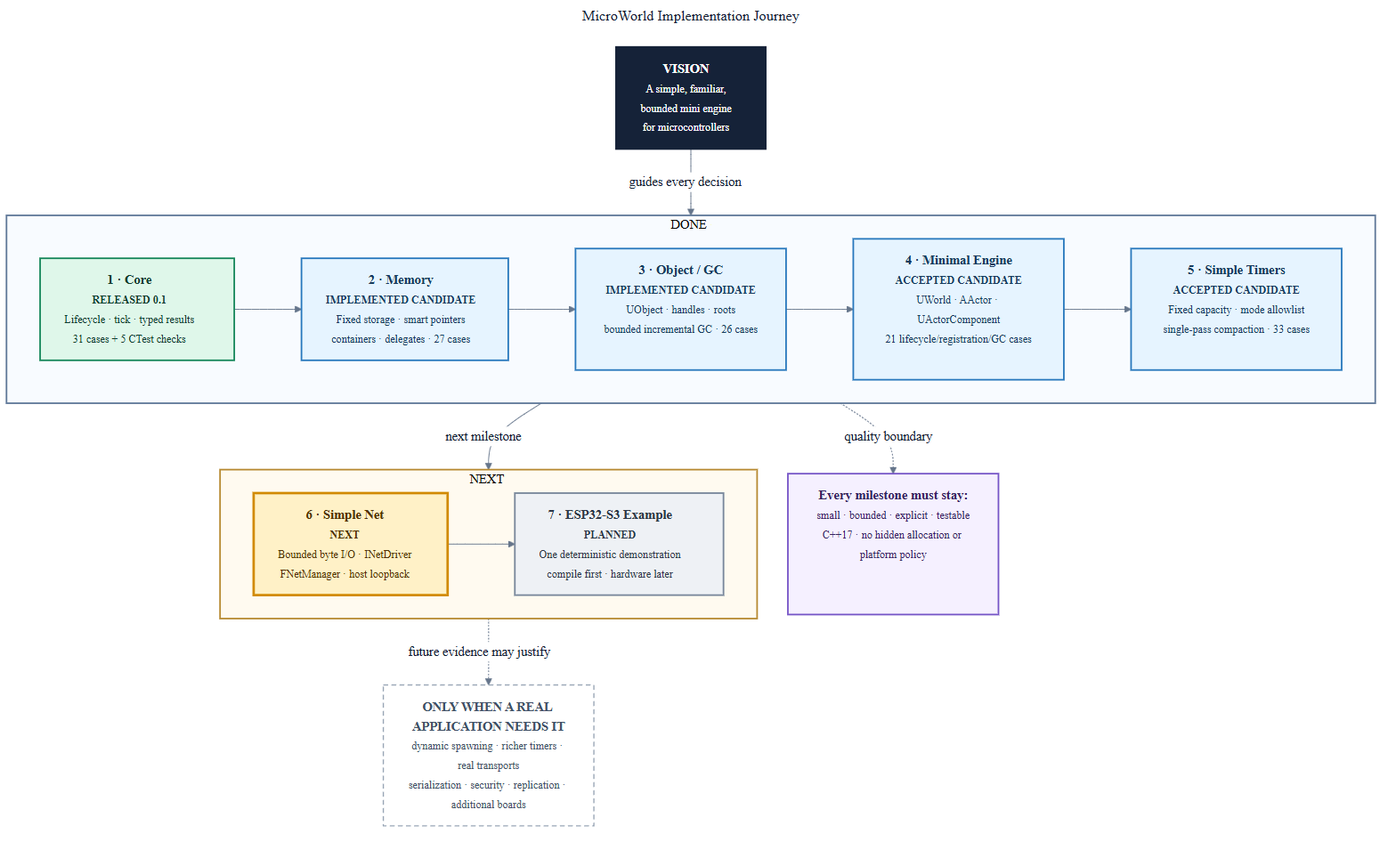
Before: lib/microworld/docs/diagrams/microworld-implementation-roadmap.png, a diagram exported from Mermaid (musicofsilence-public/esp32_lora_watering). Its source is kept beside it as lib/microworld/docs/diagrams/microworld-implementation-roadmap.mmd.
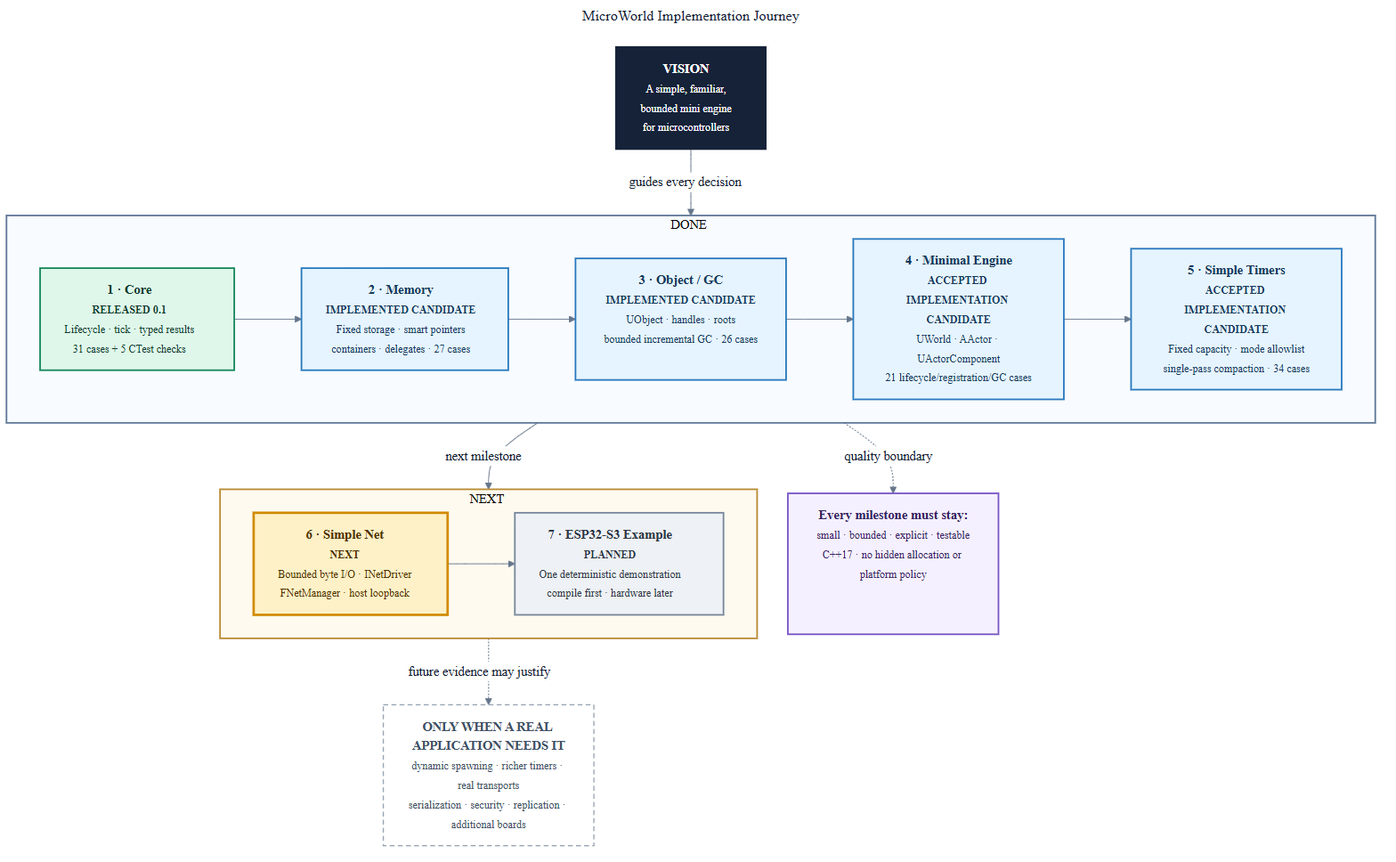
After the change.

Commit message:
docs(microworld): record final timer acceptance evidence

What changed in the source:
```diff
@@ -24,8 +24,8 @@
         CORE["<b>1 · Core</b><br/><small><b>RELEASED 0.1</b><br/>Lifecycle · tick · typed results<br/>31 cases + 5 CTest checks</small>"]
         MEMORY["<b>2 · Memory</b><br/><small><b>IMPLEMENTED CANDIDATE</b><br/>Fixed storage · smart pointers<br/>containers · delegates · 27 cases</small>"]
         OBJECT["<b>3 · Object / GC</b><br/><small><b>IMPLEMENTED CANDIDATE</b><br/>UObject · handles · roots<br/>bounded incremental GC · 26 cases</small>"]
-        ENGINE["<b>4 · Minimal Engine</b><br/><small><b>ACCEPTED CANDIDATE</b><br/>UWorld · AActor · UActorComponent<br/>21 lifecycle/registration/GC cases</small>"]
-        TIMERS["<b>5 · Simple Timers</b><br/><small><b>ACCEPTED CANDIDATE</b><br/>Fixed capacity · mode allowlist<br/>single-pass compaction · 33 cases</small>"]
+        ENGINE["<b>4 · Minimal Engine</b><br/><small><b>ACCEPTED IMPLEMENTATION CANDIDATE</b><br/>UWorld · AActor · UActorComponent<br/>21 lifecycle/registration/GC cases</small>"]
+        TIMERS["<b>5 · Simple Timers</b><br/><small><b>ACCEPTED IMPLEMENTATION CANDIDATE</b><br/>Fixed capacity · mode allowlist<br/>single-pass compaction · 34 cases</small>"]
 
         CORE --> MEMORY --> OBJECT --> ENGINE --> TIMERS
     end
```
